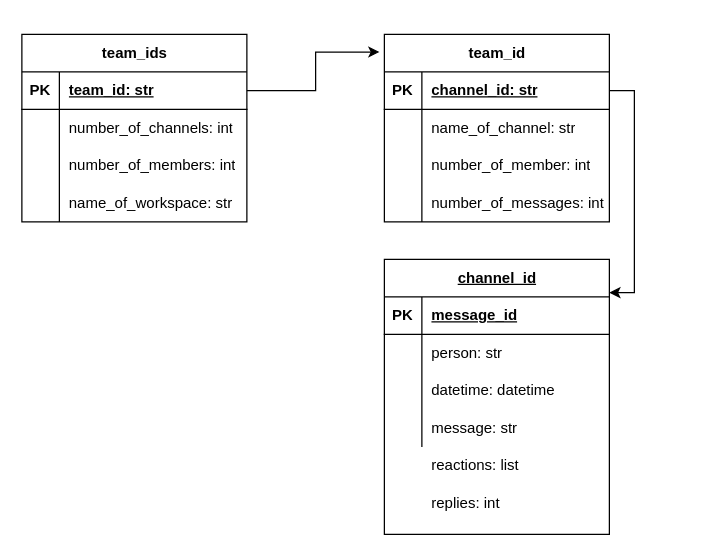
Earlier version of the draw.io diagram database_design.drawio (WeiKuoWei/slack-chatbot). Source tidied: cells renumbered, new cells numbered last; positions are measured from the earlier drawing's top-left corner, leaving out a move shared by most shapes. Both pictures are drawn from the tidied source at 125%, with x=0, y=0 at pixel (21, 34).
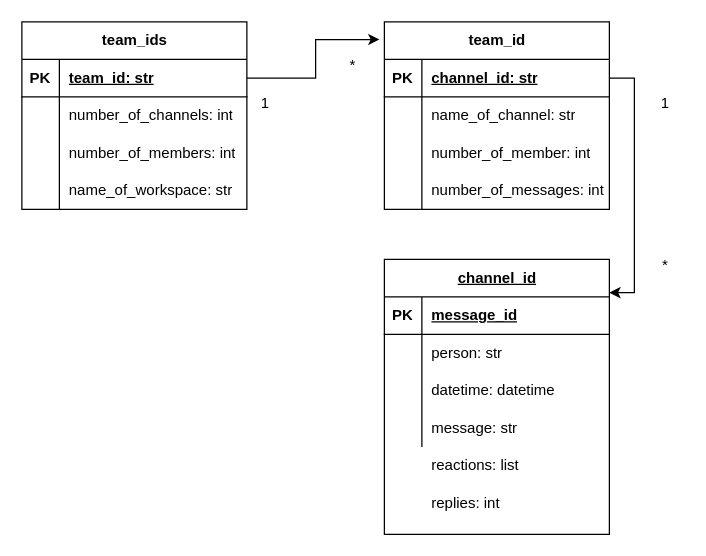
After the change.

The edit, as a diff of the source:
```diff
@@
     <mxCell id="2" value="team_ids" style="shape=table;startSize=30;childLayout=tableLayout;rowLines=0;fontStyle=1;align=center;html=1;" parent="1" vertex="1">
-      <mxGeometry width="180" height="150" as="geometry" />
+      <mxGeometry y="-10" width="180" height="150" as="geometry" />
     </mxCell>
@@
     <mxCell id="15" value="team_id" style="shape=table;startSize=30;childLayout=tableLayout;rowLines=0;fontStyle=1;align=center;html=1;" parent="1" vertex="1">
-      <mxGeometry x="290" width="180" height="150" as="geometry" />
+      <mxGeometry x="290" y="-10" width="180" height="150" as="geometry" />
     </mxCell>
@@
+    <mxCell id="45" value="1" style="text;html=1;align=center;verticalAlign=middle;whiteSpace=wrap;rounded=0;" parent="1" vertex="1">
+      <mxGeometry x="180" y="40" width="30" height="30" as="geometry" />
+    </mxCell>
+    <mxCell id="46" value="*" style="text;html=1;align=center;verticalAlign=middle;whiteSpace=wrap;rounded=0;" parent="1" vertex="1">
+      <mxGeometry x="250" y="10" width="30" height="30" as="geometry" />
+    </mxCell>
+    <mxCell id="47" value="1" style="text;html=1;align=center;verticalAlign=middle;whiteSpace=wrap;rounded=0;" parent="1" vertex="1">
+      <mxGeometry x="500" y="40" width="30" height="30" as="geometry" />
+    </mxCell>
+    <mxCell id="48" value="*" style="text;html=1;align=center;verticalAlign=middle;whiteSpace=wrap;rounded=0;" parent="1" vertex="1">
+      <mxGeometry x="500" y="170" width="30" height="30" as="geometry" />
+    </mxCell>
```
